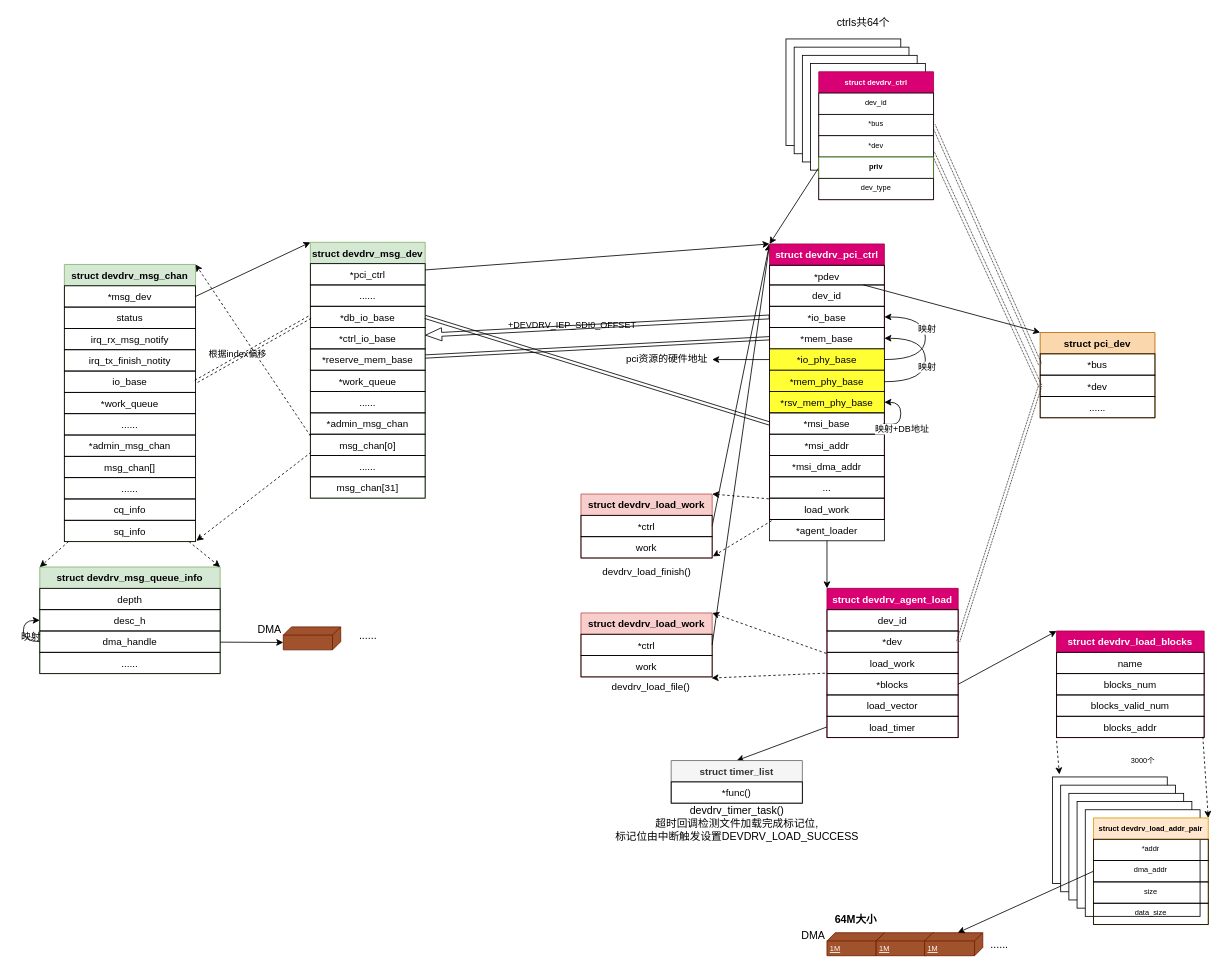
qiaoshouxing/draw.io keeps this draw.io diagram as atlas200.drawio. Above is the earlier version. Source tidied: cells renumbered, new cells numbered last; positions are measured from the earlier drawing's top-left corner, leaving out a move shared by most shapes. Both pictures are drawn from the tidied source at 82%, with x=0, y=0 at pixel (14, 14).
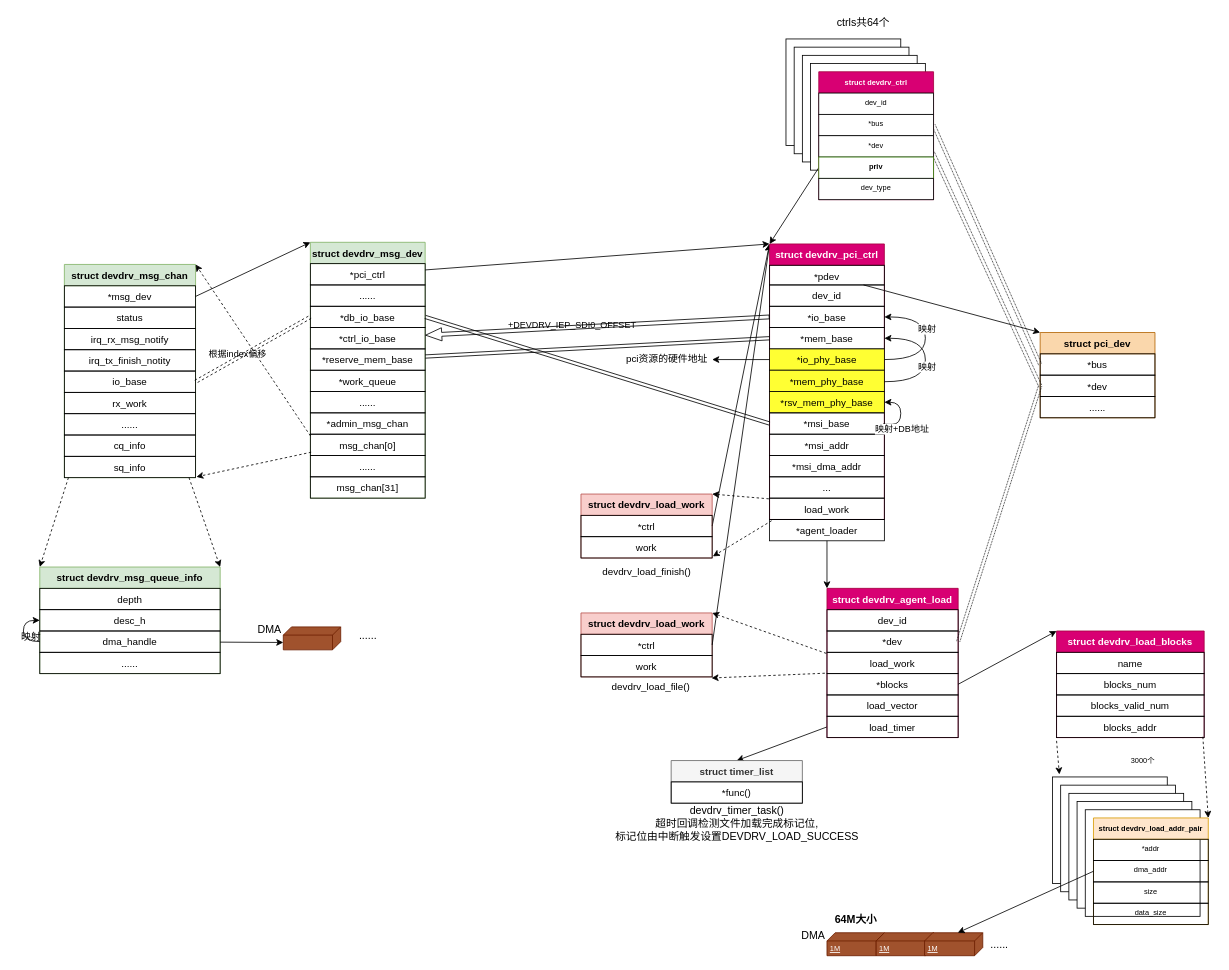
The same diagram, later.

Diff of the diagram source:
```diff
@@
     <mxCell id="81" value="struct devdrv_msg_chan" style="swimlane;fontStyle=1;horizontal=1;startSize=26;fillColor=#d5e8d4;strokeColor=#82b366;" parent="1" vertex="1">
-      <mxGeometry x="61" y="305" width="160" height="338" as="geometry" />
+      <mxGeometry x="61" y="305" width="160" height="260" as="geometry" />
     </mxCell>
@@
-    <mxCell id="87" value="*work_queue" style="text;strokeColor=#000000;fillColor=none;align=center;verticalAlign=top;spacingLeft=4;spacingRight=4;overflow=hidden;" parent="81" vertex="1">
+    <mxCell id="87" value="rx_work" style="text;strokeColor=#000000;fillColor=none;align=center;verticalAlign=top;spacingLeft=4;spacingRight=4;overflow=hidden;" parent="81" vertex="1">
       <mxGeometry y="156" width="160" height="26" as="geometry" />
     </mxCell>
@@
-    <mxCell id="89" value="*admin_msg_chan" style="text;strokeColor=#000000;fillColor=none;align=center;verticalAlign=top;spacingLeft=4;spacingRight=4;overflow=hidden;" parent="81" vertex="1">
-      <mxGeometry y="208" width="160" height="26" as="geometry" />
-    </mxCell>
-    <mxCell id="90" value="msg_chan[]" style="text;strokeColor=#000000;fillColor=none;align=center;verticalAlign=top;spacingLeft=4;spacingRight=4;overflow=hidden;" parent="81" vertex="1">
-      <mxGeometry y="234" width="160" height="26" as="geometry" />
-    </mxCell>
-    <mxCell id="91" value="......" style="text;strokeColor=#000000;fillColor=none;align=center;verticalAlign=top;spacingLeft=4;spacingRight=4;overflow=hidden;" parent="81" vertex="1">
-      <mxGeometry y="260" width="160" height="26" as="geometry" />
-    </mxCell>
     <mxCell id="92" value="cq_info" style="text;strokeColor=#000000;fillColor=none;align=center;verticalAlign=top;spacingLeft=4;spacingRight=4;overflow=hidden;" parent="81" vertex="1">
-      <mxGeometry y="286" width="160" height="26" as="geometry" />
+      <mxGeometry y="208" width="160" height="26" as="geometry" />
     </mxCell>
     <mxCell id="93" value="sq_info" style="text;strokeColor=#000000;fillColor=none;align=center;verticalAlign=top;spacingLeft=4;spacingRight=4;overflow=hidden;points=[[0,0.5],[1,0.5]];portConstraint=eastwest;" parent="81" vertex="1">
-      <mxGeometry y="312" width="160" height="26" as="geometry" />
+      <mxGeometry y="234" width="160" height="26" as="geometry" />
     </mxCell>
```
